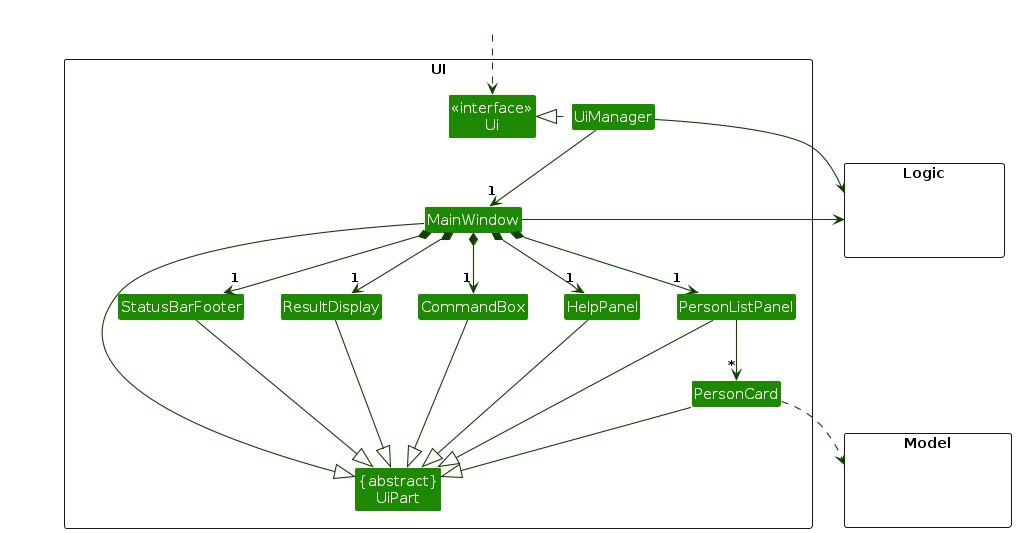
Before: diagrams/UiClassDiagram.png, a diagram exported from PlantUML (AY2627S1-CS2103T-W13-1/tp). Its source is kept beside it as diagrams/UiClassDiagram.puml. The source it was exported from:
```plantuml
@startuml
!include style.puml
skinparam arrowThickness 1.1
skinparam arrowColor UI_COLOR_T4
skinparam classBackgroundColor UI_COLOR

package UI <<Rectangle>>{
Class "<<interface>>\nUi" as Ui
Class "{abstract}\nUiPart" as UiPart
Class UiManager
Class MainWindow
Class HelpPanel
Class ResultDisplay
Class PersonListPanel
Class PersonCard
Class StatusBarFooter
Class CommandBox
}

package Model <<Rectangle>> {
Class HiddenModel #FFFFFF
}

package Logic <<Rectangle>> {
Class HiddenLogic #FFFFFF
}

Class HiddenOutside #FFFFFF
HiddenOutside ..> Ui

UiManager .left.|> Ui
UiManager -down-> "1" MainWindow
MainWindow *-down->  "1" CommandBox
MainWindow *-down-> "1" ResultDisplay
MainWindow *-down-> "1" PersonListPanel
MainWindow *-down-> "1" StatusBarFooter
MainWindow *-down-> "1" HelpPanel

PersonListPanel -down-> "*" PersonCard

MainWindow -left-|> UiPart

ResultDisplay --|> UiPart
CommandBox --|> UiPart
PersonListPanel --|> UiPart
PersonCard --|> UiPart
StatusBarFooter --|> UiPart
HelpPanel --|> UiPart

PersonCard ..> Model
UiManager -right-> Logic
MainWindow -left-> Logic

PersonListPanel -[hidden]left- HelpPanel
HelpPanel -[hidden]left- CommandBox
CommandBox -[hidden]left- ResultDisplay
ResultDisplay -[hidden]left- StatusBarFooter

MainWindow -[hidden]-|> UiPart
@enduml
```
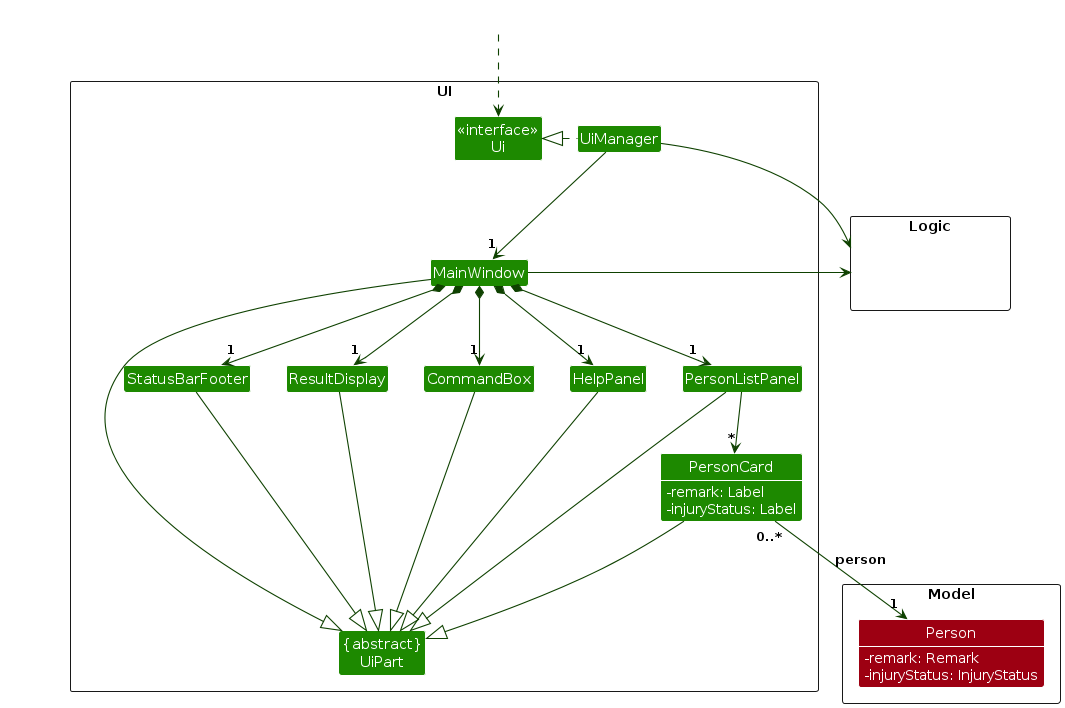
After the change.

Diff of the diagram source:
```diff
@@ -3,6 +3,8 @@
 skinparam arrowThickness 1.1
 skinparam arrowColor UI_COLOR_T4
 skinparam classBackgroundColor UI_COLOR
+skinparam classAttributeFontColor #FFFFFF
+skinparam classAttributeIconSize 0
 
 package UI <<Rectangle>>{
 Class "<<interface>>\nUi" as Ui
@@ -12,13 +14,21 @@
 Class HelpPanel
 Class ResultDisplay
 Class PersonListPanel
-Class PersonCard
+Class PersonCard {
+    -remark: Label
+    -injuryStatus: Label
+}
+show PersonCard fields
 Class StatusBarFooter
 Class CommandBox
 }
 
 package Model <<Rectangle>> {
-Class HiddenModel #FFFFFF
+Class Person MODEL_COLOR {
+    -remark: Remark
+    -injuryStatus: InjuryStatus
+}
+show Person fields
 }
 
 package Logic <<Rectangle>> {
@@ -47,7 +57,7 @@
 StatusBarFooter --|> UiPart
 HelpPanel --|> UiPart
 
-PersonCard ..> Model
+PersonCard "0..*" --> "1" Person : person
 UiManager -right-> Logic
 MainWindow -left-> Logic
 
```
